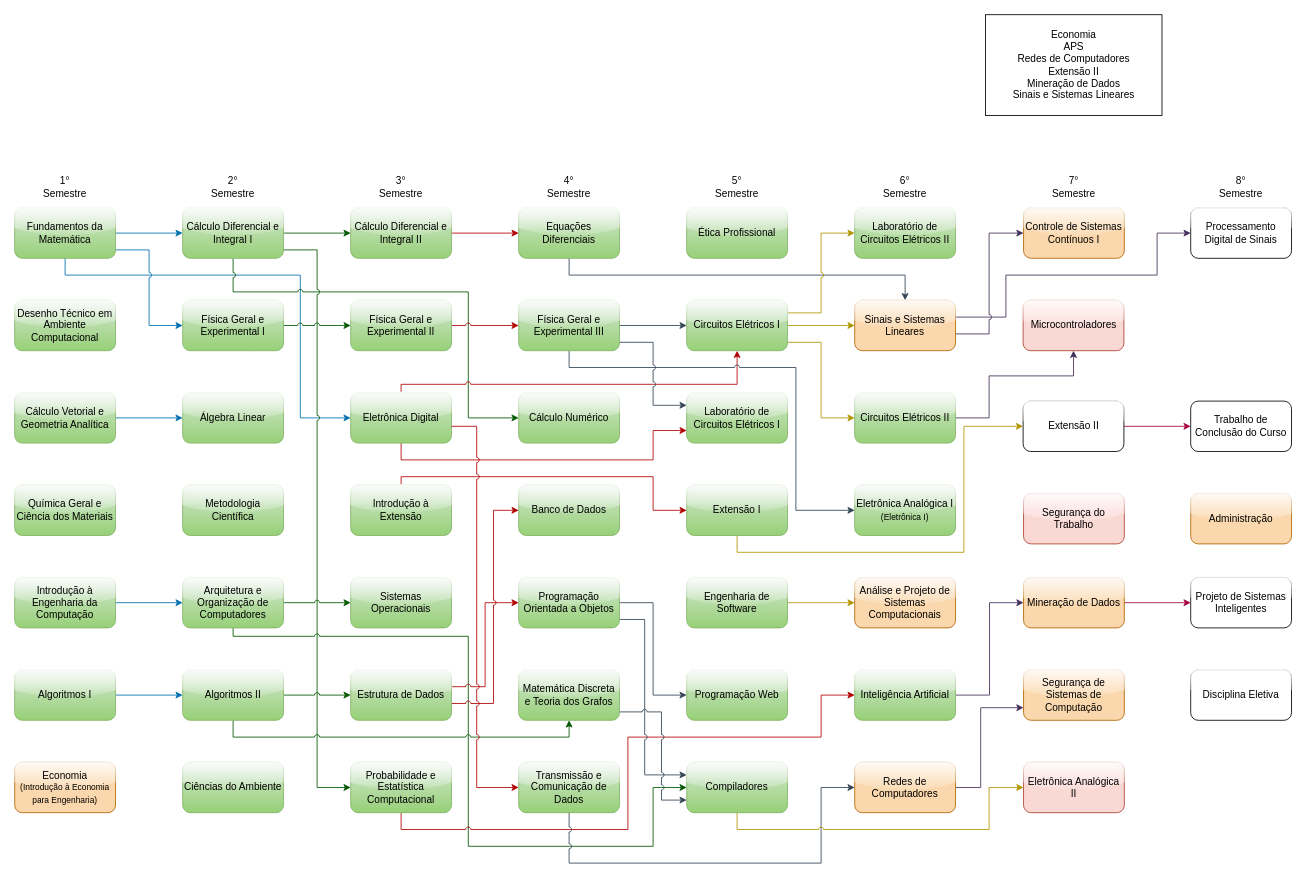
This is fluxograma-disciplinas.drawio from mateus-s-a/IFMT_Eng_Computacao, a draw.io file, before an edit. Source tidied: cells renumbered, new cells numbered last; positions are measured from the earlier drawing's top-left corner, leaving out a move shared by most shapes. Both pictures are drawn from the tidied source at 84%, with x=0, y=0 at pixel (14, 14).
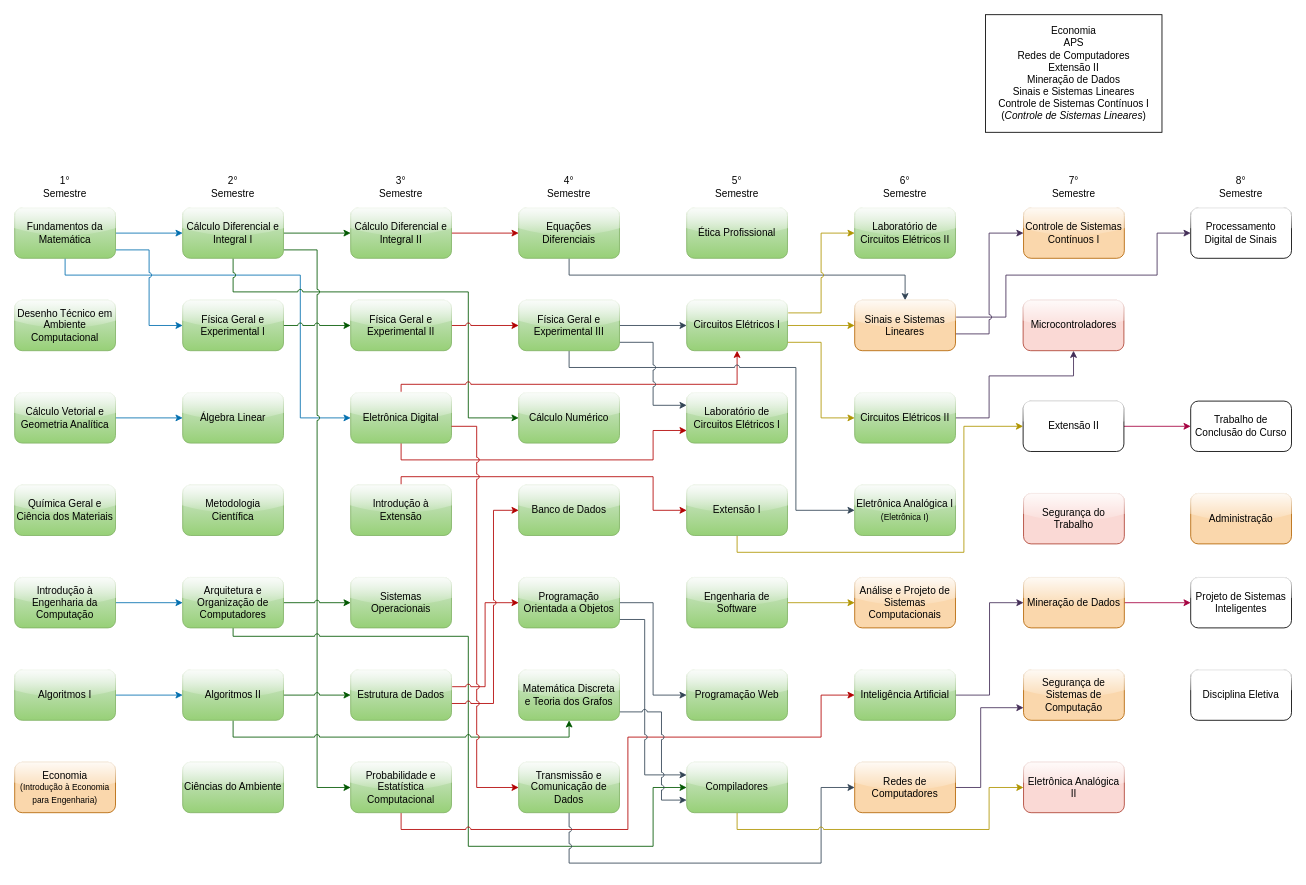
After the change.

Diff of the diagram source:
```diff
@@
-    <mxCell id="116" value="&lt;div&gt;Economia&lt;/div&gt;&lt;div&gt;APS&lt;/div&gt;&lt;div&gt;Redes de Computadores&lt;/div&gt;&lt;div&gt;Extensão II&lt;/div&gt;&lt;div&gt;Mineração de Dados&lt;/div&gt;&lt;div&gt;Sinais e Sistemas Lineares&lt;/div&gt;" style="whiteSpace=wrap;html=1;" parent="1" vertex="1">
-      <mxGeometry x="1155.8" width="210" height="120" as="geometry" />
+    <mxCell id="116" value="&lt;div&gt;Economia&lt;/div&gt;&lt;div&gt;APS&lt;/div&gt;&lt;div&gt;Redes de Computadores&lt;/div&gt;&lt;div&gt;Extensão II&lt;/div&gt;&lt;div&gt;Mineração de Dados&lt;/div&gt;&lt;div&gt;Sinais e Sistemas Lineares&lt;/div&gt;&lt;div&gt;Controle de Sistemas Contínuos I (&lt;i&gt;Controle de Sistemas Lineares&lt;/i&gt;)&lt;/div&gt;" style="whiteSpace=wrap;html=1;" parent="1" vertex="1">
+      <mxGeometry x="1155.8" width="210" height="140" as="geometry" />
     </mxCell>
```
